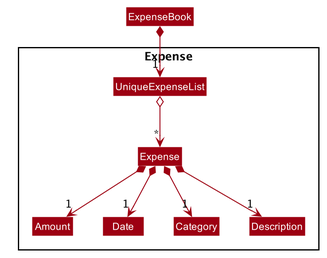
Before: docs/images/ExpenseClassDiagram.png, a diagram exported from PlantUML (yyutong/tp). The source it was exported from:
```plantuml
@startuml








skinparam BackgroundColor #FFFFFFF

skinparam Shadowing false

skinparam Class {
    FontColor #FFFFFF
    BorderThickness 1
    BorderColor #FFFFFF
    StereotypeFontColor #FFFFFF
    FontName Arial
}

skinparam Actor {
    BorderColor #000000
    Color #000000
    FontName Arial
}

skinparam Sequence {
    MessageAlign center
    BoxFontSize 15
    BoxPadding 0
    BoxFontColor #FFFFFF
    FontName Arial
}

skinparam Participant {
    FontColor #FFFFFFF
    Padding 20
}

skinparam MinClassWidth 50
skinparam ParticipantPadding 10
skinparam Shadowing false
skinparam DefaultTextAlignment center
skinparam packageStyle Rectangle

hide footbox
hide members
hide circle
skinparam arrowThickness 1.1
skinparam arrowColor #9D0012
skinparam classBackgroundColor #9D0012


Class ExpenseBook


Package Expense <<Rectangle>>{
Class Expense
Class Amount
Class Date
Class Category
Class Description
Class UniqueExpenseList

ExpenseBook *--> "1" UniqueExpenseList
UniqueExpenseList o--> "*" Expense
Expense *--> "1" Amount
Expense *--> "1" Date
Expense *--> "1" Category
Expense *--> "1" Description

@enduml
```
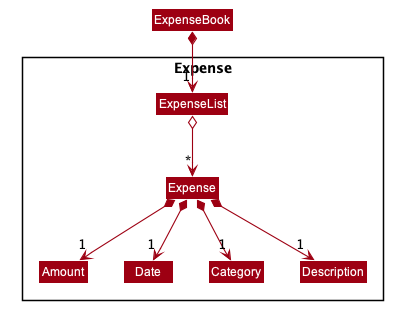
Later version of the same file.

Commit message:
Fix implementation of showBudget command and setBudget command between ExpenseList and ExpenseBook, update DG diagram

Diff of the diagram source:
```diff
@@ -61,10 +61,10 @@
 Class Date
 Class Category
 Class Description
-Class UniqueExpenseList
+Class ExpenseList
 
-ExpenseBook *--> "1" UniqueExpenseList
-UniqueExpenseList o--> "*" Expense
+ExpenseBook *--> "1" ExpenseList
+ExpenseList o--> "*" Expense
 Expense *--> "1" Amount
 Expense *--> "1" Date
 Expense *--> "1" Category
```
